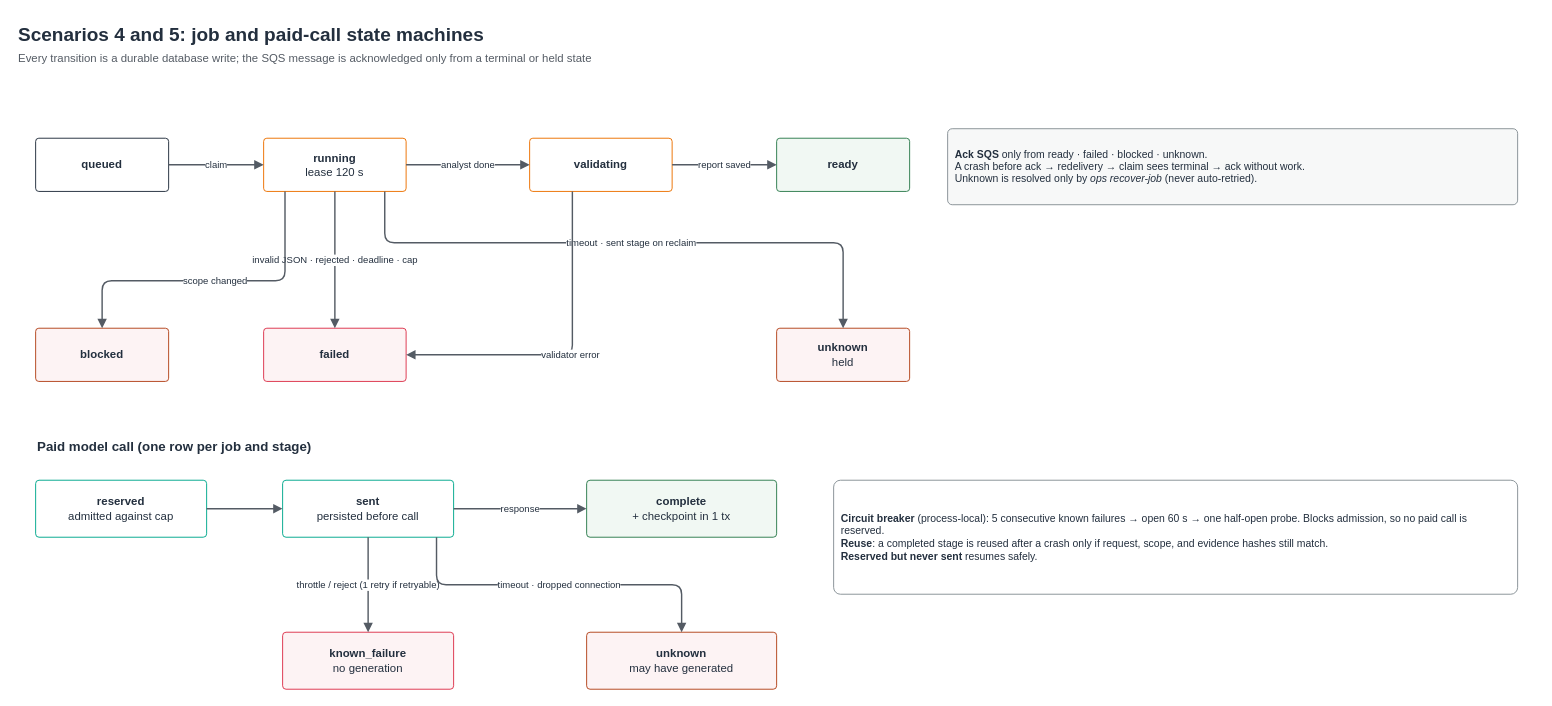
The draw.io diagram docs/diagrams/state-machines.drawio in abh2050/ontology-ops, before the edit. Source tidied: cells renumbered, new cells numbered last; positions are measured from the earlier drawing's top-left corner, leaving out a move shared by most shapes. Both pictures are drawn from the tidied source at 95%, with x=0, y=0 at pixel (16, 16).
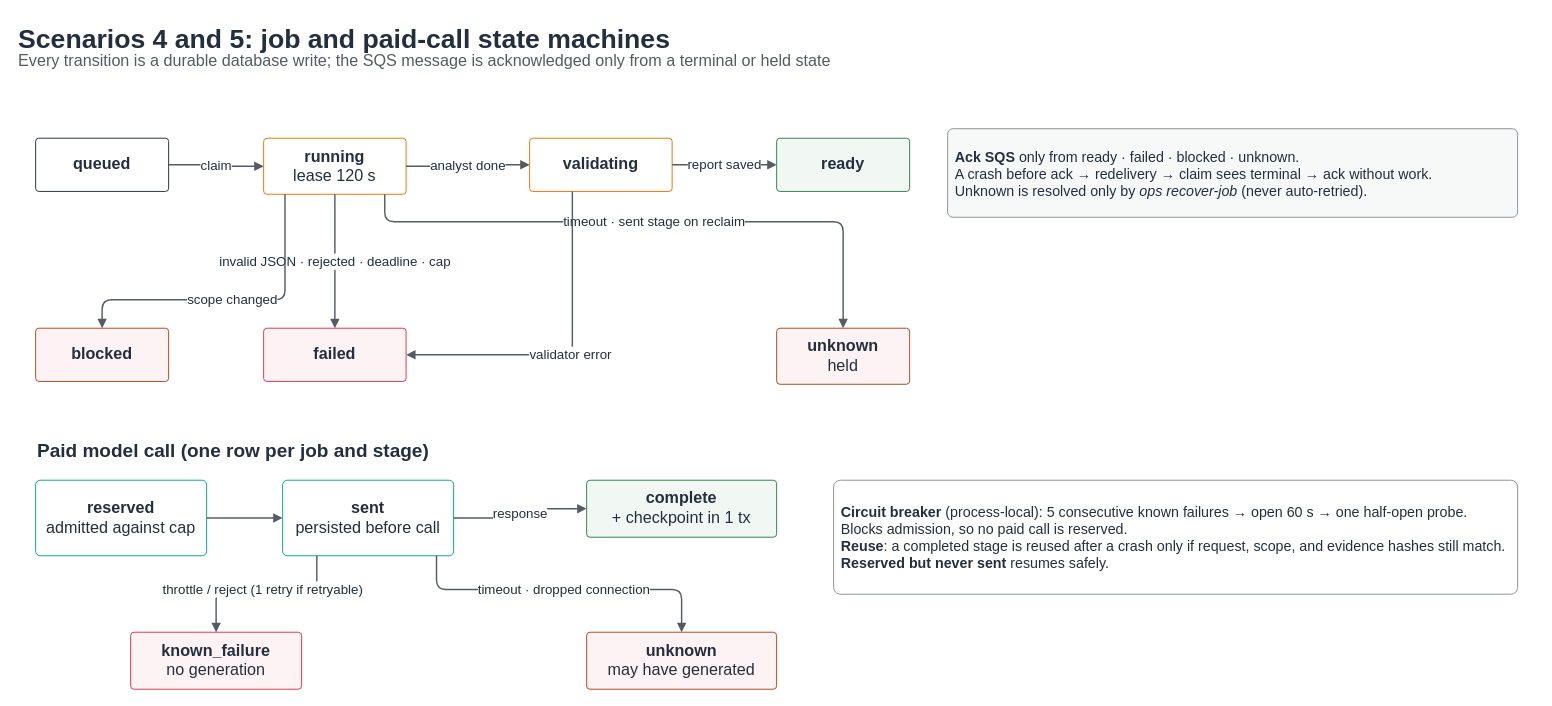
Above is the later version.

What changed in the source:
```diff
@@
-    <mxCell id="2" value="&lt;b&gt;Scenarios 4 and 5: job and paid-call state machines&lt;/b&gt;" style="text;html=1;align=left;verticalAlign=top;whiteSpace=wrap;fontSize=20;fontColor=#232F3E;fontStyle=0;" parent="1" vertex="1">
+    <mxCell id="2" value="&lt;b&gt;Scenarios 4 and 5: job and paid-call state machines&lt;/b&gt;" style="text;html=1;align=left;verticalAlign=top;whiteSpace=wrap;fontSize=28;fontColor=#232F3E;fontStyle=0;" parent="1" vertex="1">
       <mxGeometry width="1600" height="30" as="geometry" />
     </mxCell>
-    <mxCell id="3" value="Every transition is a durable database write; the SQS message is acknowledged only from a terminal or held state" style="text;html=1;align=left;verticalAlign=top;whiteSpace=wrap;fontSize=12;fontColor=#545B64;fontStyle=0;" parent="1" vertex="1">
+    <mxCell id="3" value="Every transition is a durable database write; the SQS message is acknowledged only from a terminal or held state" style="text;html=1;align=left;verticalAlign=top;whiteSpace=wrap;fontSize=17;fontColor=#545B64;fontStyle=0;" parent="1" vertex="1">
       <mxGeometry y="30" width="1600" height="22" as="geometry" />
     </mxCell>
-    <mxCell id="4" value="&lt;b&gt;queued&lt;/b&gt;" style="rounded=1;arcSize=6;whiteSpace=wrap;html=1;strokeColor=#232F3E;fillColor=#FFFFFF;fontColor=#232F3E;dashed=0;fontSize=12;align=center;verticalAlign=middle;spacing=8;fontStyle=0;" parent="1" vertex="1">
+    <mxCell id="4" value="&lt;b&gt;queued&lt;/b&gt;" style="rounded=1;arcSize=6;whiteSpace=wrap;html=1;strokeColor=#232F3E;fillColor=#FFFFFF;fontColor=#232F3E;dashed=0;fontSize=17;align=center;verticalAlign=middle;spacing=8;fontStyle=0;" parent="1" vertex="1">
       <mxGeometry x="20" y="128" width="140" height="56" as="geometry" />
     </mxCell>
-    <mxCell id="5" value="&lt;b&gt;running&lt;/b&gt;&lt;br&gt;lease 120 s" style="rounded=1;arcSize=6;whiteSpace=wrap;html=1;strokeColor=#ED7100;fillColor=#FFFFFF;fontColor=#232F3E;dashed=0;fontSize=12;align=center;verticalAlign=middle;spacing=8;fontStyle=0;" parent="1" vertex="1">
-      <mxGeometry x="260" y="128" width="150" height="56" as="geometry" />
+    <mxCell id="5" value="&lt;b&gt;running&lt;/b&gt;&lt;br&gt;lease 120 s" style="rounded=1;arcSize=6;whiteSpace=wrap;html=1;strokeColor=#ED7100;fillColor=#FFFFFF;fontColor=#232F3E;dashed=0;fontSize=17;align=center;verticalAlign=middle;spacing=8;fontStyle=0;" parent="1" vertex="1">
+      <mxGeometry x="260" y="128" width="150" height="59" as="geometry" />
     </mxCell>
-    <mxCell id="6" value="&lt;b&gt;validating&lt;/b&gt;" style="rounded=1;arcSize=6;whiteSpace=wrap;html=1;strokeColor=#ED7100;fillColor=#FFFFFF;fontColor=#232F3E;dashed=0;fontSize=12;align=center;verticalAlign=middle;spacing=8;fontStyle=0;" parent="1" vertex="1">
+    <mxCell id="6" value="&lt;b&gt;validating&lt;/b&gt;" style="rounded=1;arcSize=6;whiteSpace=wrap;html=1;strokeColor=#ED7100;fillColor=#FFFFFF;fontColor=#232F3E;dashed=0;fontSize=17;align=center;verticalAlign=middle;spacing=8;fontStyle=0;" parent="1" vertex="1">
       <mxGeometry x="540" y="128" width="150" height="56" as="geometry" />
     </mxCell>
-    <mxCell id="7" value="&lt;b&gt;ready&lt;/b&gt;" style="rounded=1;arcSize=6;whiteSpace=wrap;html=1;strokeColor=#2F7D4F;fillColor=#F1F8F3;fontColor=#232F3E;dashed=0;fontSize=12;align=center;verticalAlign=middle;spacing=8;fontStyle=0;" parent="1" vertex="1">
+    <mxCell id="7" value="&lt;b&gt;ready&lt;/b&gt;" style="rounded=1;arcSize=6;whiteSpace=wrap;html=1;strokeColor=#2F7D4F;fillColor=#F1F8F3;fontColor=#232F3E;dashed=0;fontSize=17;align=center;verticalAlign=middle;spacing=8;fontStyle=0;" parent="1" vertex="1">
       <mxGeometry x="800" y="128" width="140" height="56" as="geometry" />
     </mxCell>
-    <mxCell id="8" value="&lt;b&gt;blocked&lt;/b&gt;" style="rounded=1;arcSize=6;whiteSpace=wrap;html=1;strokeColor=#B4441C;fillColor=#FDF3F4;fontColor=#232F3E;dashed=0;fontSize=12;align=center;verticalAlign=middle;spacing=8;fontStyle=0;" parent="1" vertex="1">
+    <mxCell id="8" value="&lt;b&gt;blocked&lt;/b&gt;" style="rounded=1;arcSize=6;whiteSpace=wrap;html=1;strokeColor=#B4441C;fillColor=#FDF3F4;fontColor=#232F3E;dashed=0;fontSize=17;align=center;verticalAlign=middle;spacing=8;fontStyle=0;" parent="1" vertex="1">
       <mxGeometry x="20" y="328" width="140" height="56" as="geometry" />
     </mxCell>
-    <mxCell id="9" value="&lt;b&gt;failed&lt;/b&gt;" style="rounded=1;arcSize=6;whiteSpace=wrap;html=1;strokeColor=#DD344C;fillColor=#FDF3F4;fontColor=#232F3E;dashed=0;fontSize=12;align=center;verticalAlign=middle;spacing=8;fontStyle=0;" parent="1" vertex="1">
+    <mxCell id="9" value="&lt;b&gt;failed&lt;/b&gt;" style="rounded=1;arcSize=6;whiteSpace=wrap;html=1;strokeColor=#DD344C;fillColor=#FDF3F4;fontColor=#232F3E;dashed=0;fontSize=17;align=center;verticalAlign=middle;spacing=8;fontStyle=0;" parent="1" vertex="1">
       <mxGeometry x="260" y="328" width="150" height="56" as="geometry" />
     </mxCell>
-    <mxCell id="10" value="&lt;b&gt;unknown&lt;/b&gt;&lt;br&gt;held" style="rounded=1;arcSize=6;whiteSpace=wrap;html=1;strokeColor=#B4441C;fillColor=#FDF3F4;fontColor=#232F3E;dashed=0;fontSize=12;align=center;verticalAlign=middle;spacing=8;fontStyle=0;" parent="1" vertex="1">
-      <mxGeometry x="800" y="328" width="140" height="56" as="geometry" />
+    <mxCell id="10" value="&lt;b&gt;unknown&lt;/b&gt;&lt;br&gt;held" style="rounded=1;arcSize=6;whiteSpace=wrap;html=1;strokeColor=#B4441C;fillColor=#FDF3F4;fontColor=#232F3E;dashed=0;fontSize=17;align=center;verticalAlign=middle;spacing=8;fontStyle=0;" parent="1" vertex="1">
+      <mxGeometry x="800" y="328" width="140" height="59" as="geometry" />
     </mxCell>
-    <mxCell id="11" value="claim" style="edgeStyle=orthogonalEdgeStyle;rounded=1;html=1;endArrow=block;endFill=1;strokeColor=#545B64;strokeWidth=1.5;dashed=0;fontSize=10;labelBackgroundColor=#ffffff;fontColor=#232F3E;" parent="1" edge="1" source="4" target="5">
+    <mxCell id="11" value="claim" style="edgeStyle=orthogonalEdgeStyle;rounded=1;html=1;endArrow=block;endFill=1;strokeColor=#545B64;strokeWidth=1.5;dashed=0;fontSize=14;labelBackgroundColor=#ffffff;fontColor=#232F3E;" parent="1" edge="1" source="4" target="5">
       <mxGeometry relative="1" as="geometry" />
     </mxCell>
-    <mxCell id="12" value="analyst done" style="edgeStyle=orthogonalEdgeStyle;rounded=1;html=1;endArrow=block;endFill=1;strokeColor=#545B64;strokeWidth=1.5;dashed=0;fontSize=10;labelBackgroundColor=#ffffff;fontColor=#232F3E;" parent="1" edge="1" source="5" target="6">
+    <mxCell id="12" value="analyst done" style="edgeStyle=orthogonalEdgeStyle;rounded=1;html=1;endArrow=block;endFill=1;strokeColor=#545B64;strokeWidth=1.5;dashed=0;fontSize=14;labelBackgroundColor=#ffffff;fontColor=#232F3E;" parent="1" edge="1" source="5" target="6">
       <mxGeometry relative="1" as="geometry" />
     </mxCell>
-    <mxCell id="13" value="report saved" style="edgeStyle=orthogonalEdgeStyle;rounded=1;html=1;endArrow=block;endFill=1;strokeColor=#545B64;strokeWidth=1.5;dashed=0;fontSize=10;labelBackgroundColor=#ffffff;fontColor=#232F3E;" parent="1" edge="1" source="6" target="7">
+    <mxCell id="13" value="report saved" style="edgeStyle=orthogonalEdgeStyle;rounded=1;html=1;endArrow=block;endFill=1;strokeColor=#545B64;strokeWidth=1.5;dashed=0;fontSize=14;labelBackgroundColor=#ffffff;fontColor=#232F3E;" parent="1" edge="1" source="6" target="7">
       <mxGeometry relative="1" as="geometry" />
     </mxCell>
-    <mxCell id="14" value="invalid JSON · rejected · deadline · cap" style="edgeStyle=orthogonalEdgeStyle;rounded=1;html=1;endArrow=block;endFill=1;strokeColor=#545B64;strokeWidth=1.5;dashed=0;fontSize=10;labelBackgroundColor=#ffffff;fontColor=#232F3E;exitX=0.5;exitY=1;entryX=0.5;entryY=0;" parent="1" edge="1" source="5" target="9">
+    <mxCell id="14" value="invalid JSON · rejected · deadline · cap" style="edgeStyle=orthogonalEdgeStyle;rounded=1;html=1;endArrow=block;endFill=1;strokeColor=#545B64;strokeWidth=1.5;dashed=0;fontSize=14;labelBackgroundColor=#ffffff;fontColor=#232F3E;exitX=0.5;exitY=1;entryX=0.5;entryY=0;" parent="1" edge="1" source="5" target="9">
       <mxGeometry relative="1" as="geometry" />
     </mxCell>
-    <mxCell id="15" value="scope changed" style="edgeStyle=orthogonalEdgeStyle;rounded=1;html=1;endArrow=block;endFill=1;strokeColor=#545B64;strokeWidth=1.5;dashed=0;fontSize=10;labelBackgroundColor=#ffffff;fontColor=#232F3E;exitX=0.15;exitY=1;entryX=0.5;entryY=0;" parent="1" edge="1" source="5" target="8">
+    <mxCell id="15" value="scope changed" style="edgeStyle=orthogonalEdgeStyle;rounded=1;html=1;endArrow=block;endFill=1;strokeColor=#545B64;strokeWidth=1.5;dashed=0;fontSize=14;labelBackgroundColor=#ffffff;fontColor=#232F3E;exitX=0.15;exitY=1;entryX=0.5;entryY=0;" parent="1" edge="1" source="5" target="8">
       <mxGeometry relative="1" as="geometry">
         <Array as="points">
-          <mxPoint x="282" y="278" />
-          <mxPoint x="90" y="278" />
+          <mxPoint x="282" y="298" />
+          <mxPoint x="90" y="298" />
         </Array>
       </mxGeometry>
     </mxCell>
-    <mxCell id="16" value="timeout · sent stage on reclaim" style="edgeStyle=orthogonalEdgeStyle;rounded=1;html=1;endArrow=block;endFill=1;strokeColor=#545B64;strokeWidth=1.5;dashed=0;fontSize=10;labelBackgroundColor=#ffffff;fontColor=#232F3E;exitX=0.85;exitY=1;entryX=0.5;entryY=0;" parent="1" edge="1" source="5" target="10">
+    <mxCell id="16" value="timeout · sent stage on reclaim" style="edgeStyle=orthogonalEdgeStyle;rounded=1;html=1;endArrow=block;endFill=1;strokeColor=#545B64;strokeWidth=1.5;dashed=0;fontSize=14;labelBackgroundColor=#ffffff;fontColor=#232F3E;exitX=0.85;exitY=1;entryX=0.5;entryY=0;" parent="1" edge="1" source="5" target="10">
       <mxGeometry relative="1" as="geometry">
         <Array as="points">
-          <mxPoint x="387" y="238" />
-          <mxPoint x="870" y="238" />
+          <mxPoint x="387" y="216" />
+          <mxPoint x="870" y="216" />
         </Array>
       </mxGeometry>
     </mxCell>
-    <mxCell id="17" value="validator error" style="edgeStyle=orthogonalEdgeStyle;rounded=1;html=1;endArrow=block;endFill=1;strokeColor=#545B64;strokeWidth=1.5;dashed=0;fontSize=10;labelBackgroundColor=#ffffff;fontColor=#232F3E;exitX=0.3;exitY=1;entryX=1;entryY=0.5;" parent="1" edge="1" source="6" target="9">
+    <mxCell id="17" value="validator error" style="edgeStyle=orthogonalEdgeStyle;rounded=1;html=1;endArrow=block;endFill=1;strokeColor=#545B64;strokeWidth=1.5;dashed=0;fontSize=14;labelBackgroundColor=#ffffff;fontColor=#232F3E;exitX=0.3;exitY=1;entryX=1;entryY=0.5;" parent="1" edge="1" source="6" target="9">
       <mxGeometry relative="1" as="geometry">
         <Array as="points">
           <mxPoint x="585" y="356" />
         </Array>
       </mxGeometry>
     </mxCell>
-    <mxCell id="18" value="&lt;b&gt;Ack SQS&lt;/b&gt; only from ready · failed · blocked · unknown.&lt;br&gt;A crash before ack → redelivery → claim sees terminal → ack without work.&lt;br&gt;Unknown is resolved only by &lt;i&gt;ops recover-job&lt;/i&gt; (never auto-retried)." style="rounded=1;arcSize=6;whiteSpace=wrap;html=1;strokeColor=#879196;fillColor=#F7F8F8;fontColor=#232F3E;dashed=0;fontSize=11;align=left;verticalAlign=middle;spacing=8;fontStyle=0;" parent="1" vertex="1">
-      <mxGeometry x="980" y="118" width="600" height="80" as="geometry" />
+    <mxCell id="18" value="&lt;b&gt;Ack SQS&lt;/b&gt; only from ready · failed · blocked · unknown.&lt;br&gt;A crash before ack → redelivery → claim sees terminal → ack without work.&lt;br&gt;Unknown is resolved only by &lt;i&gt;ops recover-job&lt;/i&gt; (never auto-retried)." style="rounded=1;arcSize=6;whiteSpace=wrap;html=1;strokeColor=#879196;fillColor=#F7F8F8;fontColor=#232F3E;dashed=0;fontSize=15;align=left;verticalAlign=middle;spacing=8;fontStyle=0;" parent="1" vertex="1">
+      <mxGeometry x="980" y="118" width="600" height="93.2" as="geometry" />
     </mxCell>
-    <mxCell id="19" value="&lt;b&gt;Paid model call (one row per job and stage)&lt;/b&gt;" style="text;html=1;align=left;verticalAlign=top;whiteSpace=wrap;fontSize=14;fontColor=#232F3E;fontStyle=0;" parent="1" vertex="1">
+    <mxCell id="19" value="&lt;b&gt;Paid model call (one row per job and stage)&lt;/b&gt;" style="text;html=1;align=left;verticalAlign=top;whiteSpace=wrap;fontSize=20;fontColor=#232F3E;fontStyle=0;" parent="1" vertex="1">
       <mxGeometry x="20" y="438" width="600" height="24" as="geometry" />
     </mxCell>
-    <mxCell id="20" value="&lt;b&gt;reserved&lt;/b&gt;&lt;br&gt;admitted against cap" style="rounded=1;arcSize=6;whiteSpace=wrap;html=1;strokeColor=#01A88D;fillColor=#FFFFFF;fontColor=#232F3E;dashed=0;fontSize=12;align=center;verticalAlign=middle;spacing=8;fontStyle=0;" parent="1" vertex="1">
-      <mxGeometry x="20" y="488" width="180" height="60" as="geometry" />
+    <mxCell id="20" value="&lt;b&gt;reserved&lt;/b&gt;&lt;br&gt;admitted against cap" style="rounded=1;arcSize=6;whiteSpace=wrap;html=1;strokeColor=#01A88D;fillColor=#FFFFFF;fontColor=#232F3E;dashed=0;fontSize=17;align=center;verticalAlign=middle;spacing=8;fontStyle=0;" parent="1" vertex="1">
+      <mxGeometry x="20" y="488" width="180" height="79.5" as="geometry" />
     </mxCell>
-    <mxCell id="21" value="&lt;b&gt;sent&lt;/b&gt;&lt;br&gt;persisted before call" style="rounded=1;arcSize=6;whiteSpace=wrap;html=1;strokeColor=#01A88D;fillColor=#FFFFFF;fontColor=#232F3E;dashed=0;fontSize=12;align=center;verticalAlign=middle;spacing=8;fontStyle=0;" parent="1" vertex="1">
-      <mxGeometry x="280" y="488" width="180" height="60" as="geometry" />
+    <mxCell id="21" value="&lt;b&gt;sent&lt;/b&gt;&lt;br&gt;persisted before call" style="rounded=1;arcSize=6;whiteSpace=wrap;html=1;strokeColor=#01A88D;fillColor=#FFFFFF;fontColor=#232F3E;dashed=0;fontSize=17;align=center;verticalAlign=middle;spacing=8;fontStyle=0;" parent="1" vertex="1">
+      <mxGeometry x="280" y="488" width="180" height="79.5" as="geometry" />
     </mxCell>
-    <mxCell id="22" value="&lt;b&gt;complete&lt;/b&gt;&lt;br&gt;+ checkpoint in 1 tx" style="rounded=1;arcSize=6;whiteSpace=wrap;html=1;strokeColor=#2F7D4F;fillColor=#F1F8F3;fontColor=#232F3E;dashed=0;fontSize=12;align=center;verticalAlign=middle;spacing=8;fontStyle=0;" parent="1" vertex="1">
+    <mxCell id="22" value="&lt;b&gt;complete&lt;/b&gt;&lt;br&gt;+ checkpoint in 1 tx" style="rounded=1;arcSize=6;whiteSpace=wrap;html=1;strokeColor=#2F7D4F;fillColor=#F1F8F3;fontColor=#232F3E;dashed=0;fontSize=17;align=center;verticalAlign=middle;spacing=8;fontStyle=0;" parent="1" vertex="1">
       <mxGeometry x="600" y="488" width="200" height="60" as="geometry" />
     </mxCell>
-    <mxCell id="23" value="&lt;b&gt;known_failure&lt;/b&gt;&lt;br&gt;no generation" style="rounded=1;arcSize=6;whiteSpace=wrap;html=1;strokeColor=#DD344C;fillColor=#FDF3F4;fontColor=#232F3E;dashed=0;fontSize=12;align=center;verticalAlign=middle;spacing=8;fontStyle=0;" parent="1" vertex="1">
-      <mxGeometry x="280" y="648" width="180" height="60" as="geometry" />
+    <mxCell id="23" value="&lt;b&gt;known_failure&lt;/b&gt;&lt;br&gt;no generation" style="rounded=1;arcSize=6;whiteSpace=wrap;html=1;strokeColor=#DD344C;fillColor=#FDF3F4;fontColor=#232F3E;dashed=0;fontSize=17;align=center;verticalAlign=middle;spacing=8;fontStyle=0;" parent="1" vertex="1">
+      <mxGeometry x="120" y="648" width="180" height="60" as="geometry" />
     </mxCell>
-    <mxCell id="24" value="&lt;b&gt;unknown&lt;/b&gt;&lt;br&gt;may have generated" style="rounded=1;arcSize=6;whiteSpace=wrap;html=1;strokeColor=#B4441C;fillColor=#FDF3F4;fontColor=#232F3E;dashed=0;fontSize=12;align=center;verticalAlign=middle;spacing=8;fontStyle=0;" parent="1" vertex="1">
+    <mxCell id="24" value="&lt;b&gt;unknown&lt;/b&gt;&lt;br&gt;may have generated" style="rounded=1;arcSize=6;whiteSpace=wrap;html=1;strokeColor=#B4441C;fillColor=#FDF3F4;fontColor=#232F3E;dashed=0;fontSize=17;align=center;verticalAlign=middle;spacing=8;fontStyle=0;" parent="1" vertex="1">
       <mxGeometry x="600" y="648" width="200" height="60" as="geometry" />
     </mxCell>
-    <mxCell id="25" style="edgeStyle=orthogonalEdgeStyle;rounded=1;html=1;endArrow=block;endFill=1;strokeColor=#545B64;strokeWidth=1.5;dashed=0;fontSize=10;labelBackgroundColor=#ffffff;fontColor=#232F3E;" parent="1" edge="1" source="20" target="21">
+    <mxCell id="25" style="edgeStyle=orthogonalEdgeStyle;rounded=1;html=1;endArrow=block;endFill=1;strokeColor=#545B64;strokeWidth=1.5;dashed=0;fontSize=14;labelBackgroundColor=#ffffff;fontColor=#232F3E;" parent="1" edge="1" source="20" target="21">
       <mxGeometry relative="1" as="geometry" />
     </mxCell>
-    <mxCell id="26" value="response" style="edgeStyle=orthogonalEdgeStyle;rounded=1;html=1;endArrow=block;endFill=1;strokeColor=#545B64;strokeWidth=1.5;dashed=0;fontSize=10;labelBackgroundColor=#ffffff;fontColor=#232F3E;" parent="1" edge="1" source="21" target="22">
+    <mxCell id="26" value="response" style="edgeStyle=orthogonalEdgeStyle;rounded=1;html=1;endArrow=block;endFill=1;strokeColor=#545B64;strokeWidth=1.5;dashed=0;fontSize=14;labelBackgroundColor=#ffffff;fontColor=#232F3E;" parent="1" edge="1" source="21" target="22">
       <mxGeometry relative="1" as="geometry" />
     </mxCell>
-    <mxCell id="27" value="throttle / reject (1 retry if retryable)" style="edgeStyle=orthogonalEdgeStyle;rounded=1;html=1;endArrow=block;endFill=1;strokeColor=#545B64;strokeWidth=1.5;dashed=0;fontSize=10;labelBackgroundColor=#ffffff;fontColor=#232F3E;exitX=0.5;exitY=1;entryX=0.5;entryY=0;" parent="1" edge="1" source="21" target="23">
-      <mxGeometry relative="1" as="geometry" />
+    <mxCell id="27" value="throttle / reject (1 retry if retryable)" style="edgeStyle=orthogonalEdgeStyle;rounded=1;html=1;endArrow=block;endFill=1;strokeColor=#545B64;strokeWidth=1.5;dashed=0;fontSize=14;labelBackgroundColor=#ffffff;fontColor=#232F3E;exitX=0.2;exitY=1;entryX=0.5;entryY=0;" parent="1" edge="1" source="21" target="23">
+      <mxGeometry relative="1" as="geometry">
+        <Array as="points">
+          <mxPoint x="316" y="603" />
+          <mxPoint x="210" y="603" />
+        </Array>
+      </mxGeometry>
     </mxCell>
-    <mxCell id="28" value="timeout · dropped connection" style="edgeStyle=orthogonalEdgeStyle;rounded=1;html=1;endArrow=block;endFill=1;strokeColor=#545B64;strokeWidth=1.5;dashed=0;fontSize=10;labelBackgroundColor=#ffffff;fontColor=#232F3E;exitX=0.9;exitY=1;entryX=0.5;entryY=0;" parent="1" edge="1" source="21" target="24">
+    <mxCell id="28" value="timeout · dropped connection" style="edgeStyle=orthogonalEdgeStyle;rounded=1;html=1;endArrow=block;endFill=1;strokeColor=#545B64;strokeWidth=1.5;dashed=0;fontSize=14;labelBackgroundColor=#ffffff;fontColor=#232F3E;exitX=0.9;exitY=1;entryX=0.5;entryY=0;" parent="1" edge="1" source="21" target="24">
       <mxGeometry relative="1" as="geometry">
         <Array as="points">
-          <mxPoint x="442" y="598" />
-          <mxPoint x="700" y="598" />
+          <mxPoint x="442" y="603" />
+          <mxPoint x="700" y="603" />
         </Array>
       </mxGeometry>
     </mxCell>
-    <mxCell id="29" value="&lt;b&gt;Circuit breaker&lt;/b&gt; (process-local): 5 consecutive known failures → open 60 s → one half-open probe. Blocks admission, so no paid call is reserved.&lt;br&gt;&lt;b&gt;Reuse&lt;/b&gt;: a completed stage is reused after a crash only if request, scope, and evidence hashes still match.&lt;br&gt;&lt;b&gt;Reserved but never sent&lt;/b&gt; resumes safely." style="rounded=1;arcSize=6;whiteSpace=wrap;html=1;strokeColor=#879196;fillColor=#FFFFFF;fontColor=#232F3E;dashed=0;fontSize=11;align=left;verticalAlign=middle;spacing=8;fontStyle=0;" parent="1" vertex="1">
+    <mxCell id="29" value="&lt;b&gt;Circuit breaker&lt;/b&gt; (process-local): 5 consecutive known failures → open 60 s → one half-open probe. Blocks admission, so no paid call is reserved.&lt;br&gt;&lt;b&gt;Reuse&lt;/b&gt;: a completed stage is reused after a crash only if request, scope, and evidence hashes still match.&lt;br&gt;&lt;b&gt;Reserved but never sent&lt;/b&gt; resumes safely." style="rounded=1;arcSize=6;whiteSpace=wrap;html=1;strokeColor=#879196;fillColor=#FFFFFF;fontColor=#232F3E;dashed=0;fontSize=15;align=left;verticalAlign=middle;spacing=8;fontStyle=0;" parent="1" vertex="1">
       <mxGeometry x="860" y="488" width="720" height="120" as="geometry" />
     </mxCell>
```
